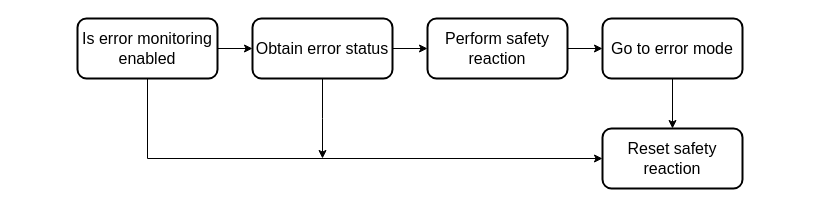
This is Report/Diagrams/ErrorManager.drawio from NicolaiFransen/SemesterProjectPED2, a draw.io file, before an edit. Source tidied: cells renumbered, new cells numbered last; positions are measured from the earlier drawing's top-left corner, leaving out a move shared by most shapes. Both pictures are drawn from the tidied source at 100%, with x=0, y=0 at pixel (77, 18).
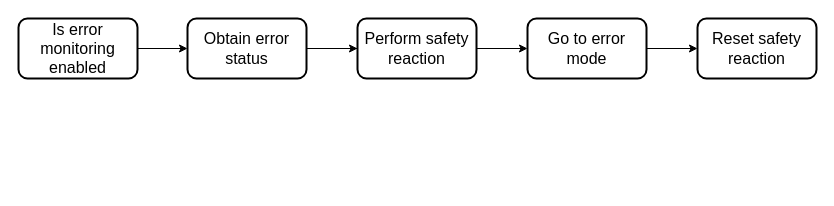
After the change.

Diff of the diagram source:
```diff
@@
 <mxGraphModel>
   <root>
     <mxCell id="0" />
     <mxCell id="1" parent="0" />
     <mxCell id="2" style="edgeStyle=orthogonalEdgeStyle;rounded=0;jettySize=auto;html=1;exitX=1;exitY=0.5;exitDx=0;exitDy=0;entryX=0;entryY=0.5;entryDx=0;entryDy=0;" parent="1" edge="1" source="3" target="5">
       <mxGeometry relative="1" as="geometry" />
     </mxCell>
     <mxCell id="3" value="&lt;font style=&quot;font-size: 16px&quot;&gt;Is error monitoring enabled&lt;br&gt;&lt;/font&gt;" style="rounded=1;whiteSpace=wrap;html=1;strokeWidth=2;" parent="1" vertex="1">
-      <mxGeometry width="140" height="60" as="geometry" />
+      <mxGeometry x="-59" width="119" height="60" as="geometry" />
     </mxCell>
-    <mxCell id="4" style="edgeStyle=orthogonalEdgeStyle;rounded=0;jettySize=auto;html=1;exitX=1;exitY=0.5;exitDx=0;exitDy=0;" parent="1" edge="1" source="5" target="8">
-      <mxGeometry relative="1" as="geometry" />
+    <mxCell id="4" style="edgeStyle=orthogonalEdgeStyle;rounded=0;orthogonalLoop=1;jettySize=auto;html=1;exitX=1;exitY=0.5;exitDx=0;exitDy=0;" parent="1" edge="1">
+      <mxGeometry relative="1" as="geometry">
+        <mxPoint x="230" y="30" as="sourcePoint" />
+        <mxPoint x="291" y="30" as="targetPoint" />
+      </mxGeometry>
     </mxCell>
+    <mxCell id="7" style="edgeStyle=orthogonalEdgeStyle;rounded=0;jettySize=auto;html=1;exitX=1;exitY=0.5;exitDx=0;exitDy=0;entryX=0;entryY=0.5;entryDx=0;entryDy=0;" parent="1" edge="1" source="8" target="6">
+      <mxGeometry relative="1" as="geometry" />
+    </mxCell>
+    <mxCell id="12" style="edgeStyle=orthogonalEdgeStyle;rounded=0;jettySize=auto;html=1;exitX=1;exitY=0.5;exitDx=0;exitDy=0;entryX=0;entryY=0.5;entryDx=0;entryDy=0;" parent="1" edge="1" source="6" target="9">
+      <mxGeometry relative="1" as="geometry" />
+    </mxCell>
+    <mxCell id="13" style="edgeStyle=orthogonalEdgeStyle;rounded=0;jettySize=auto;html=1;exitX=1;exitY=0.5;exitDx=0;exitDy=0;entryX=0;entryY=0.5;entryDx=0;entryDy=0;" parent="1" edge="1" source="5" target="8">
+      <mxGeometry relative="1" as="geometry" />
+    </mxCell>
-    <mxCell id="5" value="&lt;span style=&quot;font-size: 16px&quot;&gt;Obtain error status&lt;/span&gt;" style="rounded=1;whiteSpace=wrap;html=1;strokeWidth=2;" parent="1" vertex="1">
-      <mxGeometry x="175" width="140" height="60" as="geometry" />
+    <mxCell id="5" value="&lt;font style=&quot;font-size: 16px&quot;&gt;Obtain error status&lt;br&gt;&lt;/font&gt;" style="rounded=1;whiteSpace=wrap;html=1;strokeWidth=2;" parent="1" vertex="1">
+      <mxGeometry x="110" width="119" height="60" as="geometry" />
     </mxCell>
+    <mxCell id="8" value="&lt;font style=&quot;font-size: 16px&quot;&gt;Perform safety reaction&lt;br&gt;&lt;/font&gt;" style="rounded=1;whiteSpace=wrap;html=1;strokeWidth=2;" parent="1" vertex="1">
+      <mxGeometry x="280" width="119" height="60" as="geometry" />
+    </mxCell>
-    <mxCell id="6" value="&lt;font style=&quot;font-size: 16px&quot;&gt;Go to error mode&lt;/font&gt;" style="rounded=1;whiteSpace=wrap;html=1;strokeWidth=2;" parent="1" vertex="1">
-      <mxGeometry x="525" width="140" height="60" as="geometry" />
+    <mxCell id="6" value="&lt;font style=&quot;font-size: 16px&quot;&gt;Go to error mode&lt;br&gt;&lt;/font&gt;" style="rounded=1;whiteSpace=wrap;html=1;strokeWidth=2;" parent="1" vertex="1">
+      <mxGeometry x="450" width="119" height="60" as="geometry" />
     </mxCell>
-    <mxCell id="7" style="edgeStyle=orthogonalEdgeStyle;rounded=0;jettySize=auto;html=1;exitX=1;exitY=0.5;exitDx=0;exitDy=0;entryX=0;entryY=0.5;entryDx=0;entryDy=0;" parent="1" edge="1" source="8" target="6">
-      <mxGeometry relative="1" as="geometry" />
-    </mxCell>
-    <mxCell id="8" value="&lt;font style=&quot;font-size: 16px&quot;&gt;Perform safety reaction&lt;/font&gt;" style="rounded=1;whiteSpace=wrap;html=1;strokeWidth=2;" parent="1" vertex="1">
-      <mxGeometry x="350" width="140" height="60" as="geometry" />
-    </mxCell>
-    <mxCell id="9" value="&lt;span&gt;Reset safety reaction&lt;/span&gt;" style="rounded=1;whiteSpace=wrap;html=1;strokeWidth=2;fontSize=16;" parent="1" vertex="1">
-      <mxGeometry x="525" y="110" width="140" height="60" as="geometry" />
+    <mxCell id="9" value="&lt;font style=&quot;font-size: 16px&quot;&gt;Reset safety reaction&lt;br&gt;&lt;/font&gt;" style="rounded=1;whiteSpace=wrap;html=1;strokeWidth=2;" parent="1" vertex="1">
+      <mxGeometry x="620" width="119" height="60" as="geometry" />
     </mxCell>
-    <mxCell id="10" style="edgeStyle=orthogonalEdgeStyle;rounded=0;jettySize=auto;html=1;exitX=0.5;exitY=1;exitDx=0;exitDy=0;entryX=0;entryY=0.5;entryDx=0;entryDy=0;" parent="1" edge="1" source="3" target="9">
-      <mxGeometry relative="1" as="geometry" />
-    </mxCell>
-    <mxCell id="11" style="edgeStyle=orthogonalEdgeStyle;rounded=0;jettySize=auto;html=1;exitX=0.5;exitY=1;exitDx=0;exitDy=0;" parent="1" edge="1" source="5">
-      <mxGeometry relative="1" as="geometry">
-        <mxPoint x="245" y="140" as="targetPoint" />
-      </mxGeometry>
-    </mxCell>
-    <mxCell id="12" style="edgeStyle=orthogonalEdgeStyle;rounded=0;jettySize=auto;html=1;exitX=0.5;exitY=1;exitDx=0;exitDy=0;entryX=0.5;entryY=0;entryDx=0;entryDy=0;" parent="1" edge="1" source="6" target="9">
-      <mxGeometry relative="1" as="geometry" />
-    </mxCell>
   </root>
 </mxGraphModel>
```
